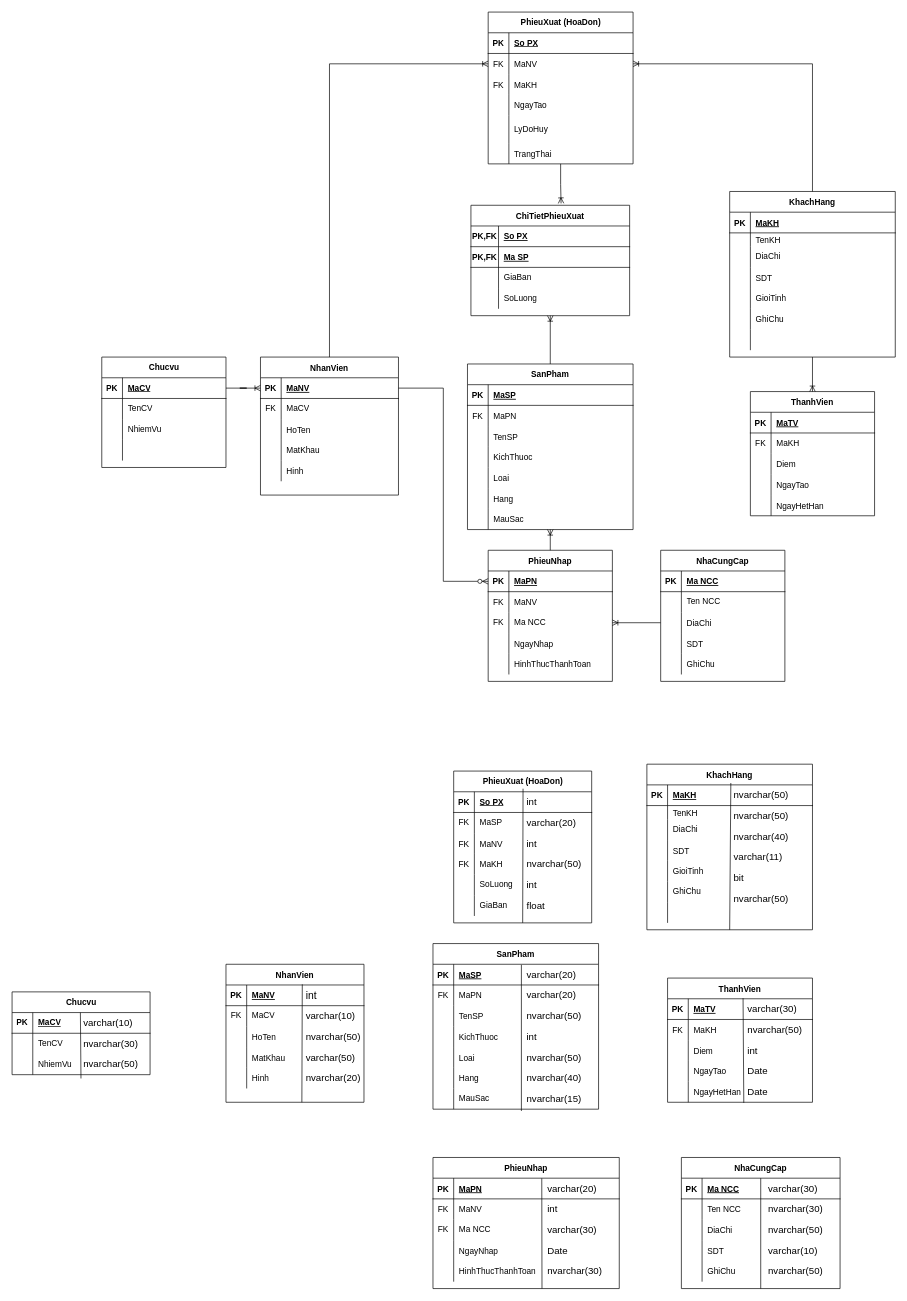
Westeros091/Snethlios keeps this draw.io diagram as ERD.drawio. Above is the earlier version. Source tidied: cells renumbered, new cells numbered last; positions are measured from the earlier drawing's top-left corner, leaving out a move shared by most shapes. Both pictures are drawn from the tidied source at 69%, with x=0, y=0 at pixel (12, 12).
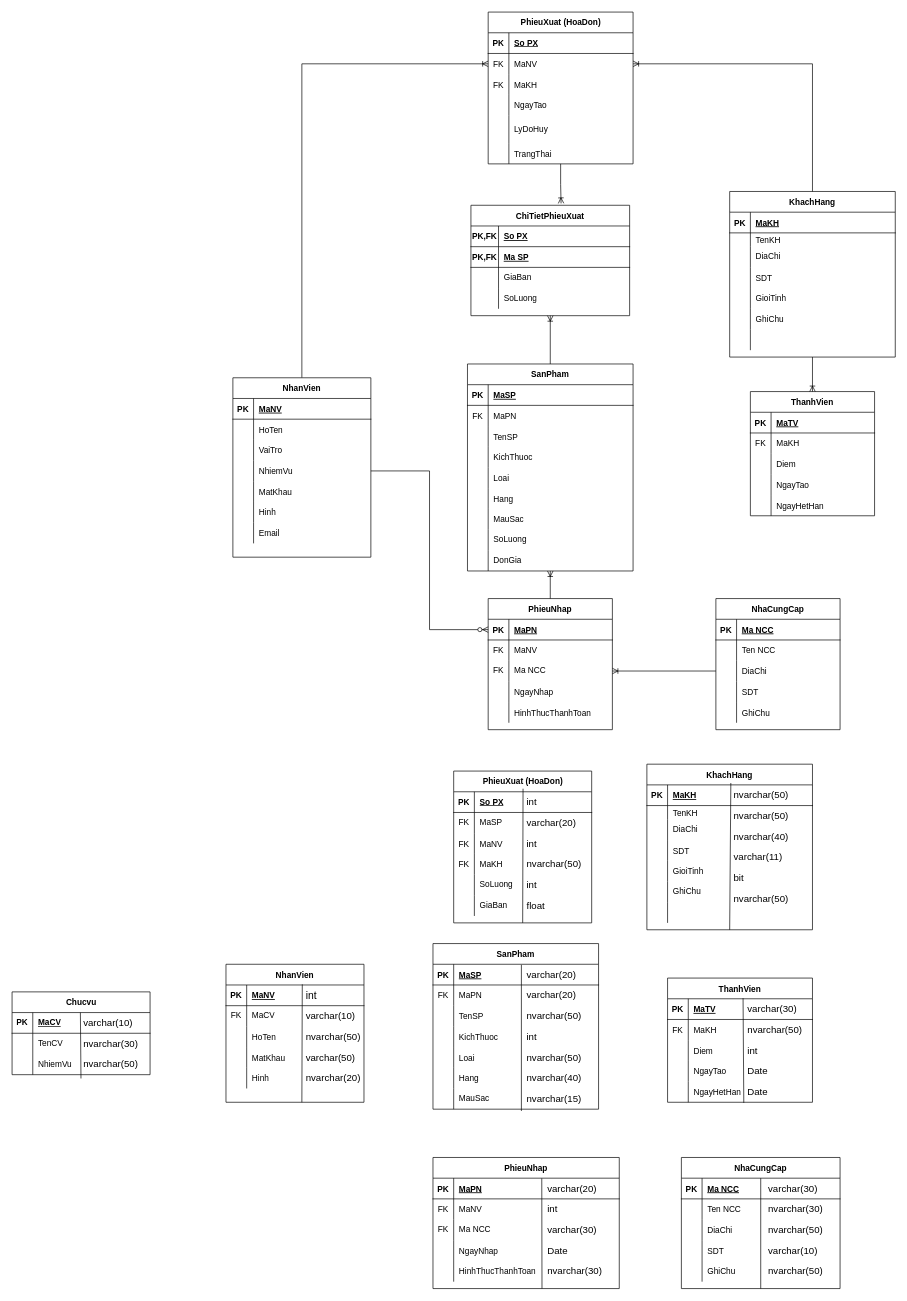
After the change.

Commit message (it also covers changes not shown here):
Hieu update erd

The change refers to these unchanged cells:
```xml
<mxCell id="22" style="shape=tableRow;horizontal=0;startSize=0;swimlaneHead=0;swimlaneBody=0;fillColor=none;points=[[0,0.5],[1,0.5]];portConstraint=eastwest;top=0;left=0;right=0;bottom=0;labelBackgroundColor=none;html=1;" parent="3" vertex="1">
  <mxGeometry y="210" width="240" height="30" as="geometry" />
</mxCell>
<mxCell id="64" style="shape=tableRow;horizontal=0;startSize=0;swimlaneHead=0;swimlaneBody=0;fillColor=none;points=[[0,0.5],[1,0.5]];portConstraint=eastwest;top=0;left=0;right=0;bottom=1;" parent="63" vertex="1">
  <mxGeometry y="30" width="180" height="30" as="geometry" />
</mxCell>
```

Change to the diagram source:
```diff
@@
     <mxCell id="3" value="SanPham" style="shape=table;startSize=30;childLayout=tableLayout;rowLines=0;fontStyle=1;align=center;" parent="1" vertex="1">
-      <mxGeometry x="660" y="510" width="240" height="240" as="geometry" />
+      <mxGeometry x="660" y="510" width="240" height="300" as="geometry" />
     </mxCell>
@@
+    <mxCell id="352" style="shape=tableRow;horizontal=0;startSize=0;swimlaneHead=0;swimlaneBody=0;fillColor=none;top=0;left=0;right=0;bottom=0;labelBackgroundColor=none;html=1;" parent="3" vertex="1">
+      <mxGeometry y="240" width="240" height="30" as="geometry" />
+    </mxCell>
+    <mxCell id="353" style="shape=partialRectangle;fillColor=none;top=0;left=0;bottom=0;right=0;overflow=hidden;labelBackgroundColor=none;html=1;" parent="352" vertex="1">
+      <mxGeometry width="30" height="30" as="geometry" />
+    </mxCell>
+    <mxCell id="354" value="SoLuong" style="shape=partialRectangle;fillColor=none;top=0;left=0;bottom=0;right=0;align=left;spacingLeft=6;overflow=hidden;labelBackgroundColor=none;html=1;" parent="352" vertex="1">
+      <mxGeometry x="30" width="210" height="30" as="geometry" />
+    </mxCell>
+    <mxCell id="355" style="shape=tableRow;horizontal=0;startSize=0;swimlaneHead=0;swimlaneBody=0;fillColor=none;top=0;left=0;right=0;bottom=0;labelBackgroundColor=none;html=1;" parent="3" vertex="1">
+      <mxGeometry y="270" width="240" height="30" as="geometry" />
+    </mxCell>
+    <mxCell id="356" style="shape=partialRectangle;fillColor=none;top=0;left=0;bottom=0;right=0;overflow=hidden;labelBackgroundColor=none;html=1;" parent="355" vertex="1">
+      <mxGeometry width="30" height="30" as="geometry" />
+    </mxCell>
+    <mxCell id="357" value="DonGia" style="shape=partialRectangle;fillColor=none;top=0;left=0;bottom=0;right=0;align=left;spacingLeft=6;overflow=hidden;labelBackgroundColor=none;html=1;" parent="355" vertex="1">
+      <mxGeometry x="30" width="210" height="30" as="geometry" />
+    </mxCell>
@@
-    <mxCell id="47" value="NhanVien" style="shape=table;startSize=30;childLayout=tableLayout;rowLines=0;fontStyle=1;align=center;" parent="1" vertex="1">
-      <mxGeometry x="360" y="500" width="200" height="200" as="geometry" />
-    </mxCell>
-    <mxCell id="48" style="shape=partialRectangle;fillColor=none;points=[[0,0.5],[1,0.5]];portConstraint=eastwest;top=0;left=0;right=0;bottom=1;" parent="47" vertex="1">
-      <mxGeometry y="30" width="200" height="30" as="geometry" />
-    </mxCell>
-    <mxCell id="49" value="PK" style="shape=partialRectangle;overflow=hidden;fillColor=none;top=0;left=0;bottom=0;right=0;fontStyle=1;" parent="48" vertex="1">
-      <mxGeometry width="30" height="30" as="geometry" />
-    </mxCell>
-    <mxCell id="50" value="MaNV" style="shape=partialRectangle;overflow=hidden;fillColor=none;top=0;left=0;bottom=0;right=0;align=left;spacingLeft=6;fontStyle=5;" parent="48" vertex="1">
-      <mxGeometry x="30" width="170" height="30" as="geometry" />
-    </mxCell>
-    <mxCell id="51" style="shape=tableRow;horizontal=0;startSize=0;swimlaneHead=0;swimlaneBody=0;fillColor=none;top=0;left=0;right=0;bottom=0;labelBackgroundColor=none;html=1;" parent="47" vertex="1">
-      <mxGeometry y="60" width="200" height="30" as="geometry" />
-    </mxCell>
-    <mxCell id="52" value="FK" style="shape=partialRectangle;fillColor=none;top=0;left=0;bottom=0;right=0;fontStyle=0;overflow=hidden;labelBackgroundColor=none;html=1;" parent="51" vertex="1">
-      <mxGeometry width="30" height="30" as="geometry" />
-    </mxCell>
-    <mxCell id="53" value="MaCV" style="shape=partialRectangle;fillColor=none;top=0;left=0;bottom=0;right=0;align=left;spacingLeft=6;fontStyle=0;overflow=hidden;labelBackgroundColor=none;html=1;" parent="51" vertex="1">
-      <mxGeometry x="30" width="170" height="30" as="geometry" />
-    </mxCell>
-    <mxCell id="54" style="shape=partialRectangle;fillColor=none;top=0;left=0;right=0;bottom=0;" parent="47" vertex="1">
-      <mxGeometry y="90" width="200" height="30" as="geometry" />
-    </mxCell>
-    <mxCell id="55" style="shape=partialRectangle;overflow=hidden;fillColor=none;top=0;left=0;bottom=0;right=0;" parent="54" vertex="1">
-      <mxGeometry width="30" height="30" as="geometry" />
-    </mxCell>
-    <mxCell id="56" value="HoTen" style="shape=partialRectangle;overflow=hidden;fillColor=none;top=0;left=0;bottom=0;right=0;align=left;spacingLeft=6;" parent="54" vertex="1">
-      <mxGeometry x="30" width="170" height="30" as="geometry" />
-    </mxCell>
-    <mxCell id="57" style="shape=tableRow;horizontal=0;startSize=0;swimlaneHead=0;swimlaneBody=0;fillColor=none;points=[[0,0.5],[1,0.5]];portConstraint=eastwest;top=0;left=0;right=0;bottom=0;" parent="47" vertex="1">
-      <mxGeometry y="120" width="200" height="30" as="geometry" />
-    </mxCell>
-    <mxCell id="58" style="shape=partialRectangle;fillColor=none;top=0;left=0;bottom=0;right=0;overflow=hidden;" parent="57" vertex="1">
-      <mxGeometry width="30" height="30" as="geometry" />
-    </mxCell>
-    <mxCell id="59" value="MatKhau" style="shape=partialRectangle;fillColor=none;top=0;left=0;bottom=0;right=0;align=left;spacingLeft=6;overflow=hidden;" parent="57" vertex="1">
-      <mxGeometry x="30" width="170" height="30" as="geometry" />
-    </mxCell>
-    <mxCell id="60" style="shape=tableRow;horizontal=0;startSize=0;swimlaneHead=0;swimlaneBody=0;fillColor=none;top=0;left=0;right=0;bottom=0;" parent="47" vertex="1">
-      <mxGeometry y="150" width="200" height="30" as="geometry" />
-    </mxCell>
-    <mxCell id="61" style="shape=partialRectangle;fillColor=none;top=0;left=0;bottom=0;right=0;overflow=hidden;" parent="60" vertex="1">
-      <mxGeometry width="30" height="30" as="geometry" />
-    </mxCell>
-    <mxCell id="62" value="Hinh" style="shape=partialRectangle;fillColor=none;top=0;left=0;bottom=0;right=0;align=left;spacingLeft=6;overflow=hidden;" parent="60" vertex="1">
-      <mxGeometry x="30" width="170" height="30" as="geometry" />
-    </mxCell>
     <mxCell id="63" value="PhieuNhap" style="shape=table;startSize=30;childLayout=tableLayout;rowLines=0;fontStyle=1;align=center;" parent="1" vertex="1">
-      <mxGeometry x="690" y="780" width="180" height="190" as="geometry" />
+      <mxGeometry x="690" y="850" width="180" height="190" as="geometry" />
     </mxCell>
@@
     <mxCell id="79" value="NhaCungCap" style="shape=table;startSize=30;childLayout=tableLayout;rowLines=0;fontStyle=1;align=center;" parent="1" vertex="1">
-      <mxGeometry x="940" y="780" width="180" height="190" as="geometry" />
+      <mxGeometry x="1020" y="850" width="180" height="190" as="geometry" />
     </mxCell>
@@
-    <mxCell id="96" value="Chucvu" style="shape=table;startSize=30;childLayout=tableLayout;rowLines=0;fontStyle=1;align=center;labelBackgroundColor=none;html=1;" parent="1" vertex="1">
-      <mxGeometry x="130" y="500" width="180" height="160" as="geometry" />
-    </mxCell>
-    <mxCell id="97" style="shape=tableRow;horizontal=0;startSize=0;swimlaneHead=0;swimlaneBody=0;fillColor=none;points=[[0,0.5],[1,0.5]];portConstraint=eastwest;top=0;left=0;right=0;bottom=1;labelBackgroundColor=none;html=1;" parent="96" vertex="1">
-      <mxGeometry y="30" width="180" height="30" as="geometry" />
-    </mxCell>
-    <mxCell id="98" value="PK" style="shape=partialRectangle;fillColor=none;top=0;left=0;bottom=0;right=0;fontStyle=1;overflow=hidden;labelBackgroundColor=none;html=1;" parent="97" vertex="1">
-      <mxGeometry width="30" height="30" as="geometry" />
-    </mxCell>
-    <mxCell id="99" value="MaCV" style="shape=partialRectangle;fillColor=none;top=0;left=0;bottom=0;right=0;align=left;spacingLeft=6;fontStyle=5;overflow=hidden;labelBackgroundColor=none;html=1;" parent="97" vertex="1">
-      <mxGeometry x="30" width="150" height="30" as="geometry" />
-    </mxCell>
-    <mxCell id="100" style="shape=tableRow;horizontal=0;startSize=0;swimlaneHead=0;swimlaneBody=0;fillColor=none;top=0;left=0;right=0;bottom=0;labelBackgroundColor=none;html=1;" parent="96" vertex="1">
-      <mxGeometry y="60" width="180" height="30" as="geometry" />
-    </mxCell>
-    <mxCell id="101" style="shape=partialRectangle;fillColor=none;top=0;left=0;bottom=0;right=0;overflow=hidden;labelBackgroundColor=none;html=1;" parent="100" vertex="1">
-      <mxGeometry width="30" height="30" as="geometry" />
-    </mxCell>
-    <mxCell id="102" value="TenCV" style="shape=partialRectangle;fillColor=none;top=0;left=0;bottom=0;right=0;align=left;spacingLeft=6;overflow=hidden;labelBackgroundColor=none;html=1;" parent="100" vertex="1">
-      <mxGeometry x="30" width="150" height="30" as="geometry" />
-    </mxCell>
-    <mxCell id="103" style="shape=tableRow;horizontal=0;startSize=0;swimlaneHead=0;swimlaneBody=0;fillColor=none;top=0;left=0;right=0;bottom=0;labelBackgroundColor=none;html=1;" parent="96" vertex="1">
-      <mxGeometry y="90" width="180" height="30" as="geometry" />
-    </mxCell>
-    <mxCell id="104" style="shape=partialRectangle;fillColor=none;top=0;left=0;bottom=0;right=0;overflow=hidden;labelBackgroundColor=none;html=1;" parent="103" vertex="1">
-      <mxGeometry width="30" height="30" as="geometry" />
-    </mxCell>
-    <mxCell id="105" value="NhiemVu" style="shape=partialRectangle;fillColor=none;top=0;left=0;bottom=0;right=0;align=left;spacingLeft=6;overflow=hidden;labelBackgroundColor=none;html=1;" parent="103" vertex="1">
-      <mxGeometry x="30" width="150" height="30" as="geometry" />
-    </mxCell>
-    <mxCell id="106" style="shape=tableRow;horizontal=0;startSize=0;swimlaneHead=0;swimlaneBody=0;fillColor=none;top=0;left=0;right=0;bottom=0;labelBackgroundColor=none;html=1;" parent="96" vertex="1">
-      <mxGeometry y="120" width="180" height="30" as="geometry" />
-    </mxCell>
-    <mxCell id="107" style="shape=partialRectangle;fillColor=none;top=0;left=0;bottom=0;right=0;overflow=hidden;labelBackgroundColor=none;html=1;" parent="106" vertex="1">
-      <mxGeometry width="30" height="30" as="geometry" />
-    </mxCell>
-    <mxCell id="108" style="shape=partialRectangle;fillColor=none;top=0;left=0;bottom=0;right=0;align=left;spacingLeft=6;overflow=hidden;labelBackgroundColor=none;html=1;" parent="106" vertex="1">
-      <mxGeometry x="30" width="150" height="30" as="geometry" />
-    </mxCell>
@@
-    <mxCell id="130" style="edgeStyle=orthogonalEdgeStyle;fontSize=12;html=1;endArrow=ERzeroToMany;endFill=1;rounded=0;exitX=1;exitY=0.5;exitDx=0;exitDy=0;entryX=0;entryY=0.5;entryDx=0;entryDy=0;" parent="1" edge="1" source="48" target="64">
+    <mxCell id="130" style="edgeStyle=orthogonalEdgeStyle;fontSize=12;html=1;endArrow=ERzeroToMany;endFill=1;rounded=0;exitX=1;exitY=0.5;exitDx=0;exitDy=0;entryX=0;entryY=0.5;entryDx=0;entryDy=0;" parent="1" edge="1" source="57" target="64">
       <mxGeometry relative="1" as="geometry" />
     </mxCell>
-    <mxCell id="131" style="edgeStyle=entityRelationEdgeStyle;fontSize=12;html=1;endArrow=ERoneToMany;endFill=0;rounded=0;exitX=1;exitY=0.5;exitDx=0;exitDy=0;entryX=0;entryY=0.5;entryDx=0;entryDy=0;" parent="1" edge="1" source="97" target="48">
-      <mxGeometry relative="1" as="geometry" />
-    </mxCell>
@@
-    <mxCell id="133" style="fontSize=12;html=1;endArrow=ERoneToMany;rounded=0;exitX=0.5;exitY=0;exitDx=0;exitDy=0;" parent="1" edge="1" source="63" target="22">
-      <mxGeometry relative="1" as="geometry" />
+    <mxCell id="133" style="fontSize=12;html=1;endArrow=ERoneToMany;rounded=0;exitX=0.5;exitY=0;exitDx=0;exitDy=0;" parent="1" edge="1" source="63">
+      <mxGeometry relative="1" as="geometry">
+        <mxPoint x="780" y="810" as="targetPoint" />
+      </mxGeometry>
     </mxCell>
@@
+    <mxCell id="47" value="NhanVien" style="shape=table;startSize=30;childLayout=tableLayout;rowLines=0;fontStyle=1;align=center;" parent="1" vertex="1">
+      <mxGeometry x="320" y="530" width="200" height="260" as="geometry" />
+    </mxCell>
+    <mxCell id="48" style="shape=partialRectangle;fillColor=none;points=[[0,0.5],[1,0.5]];portConstraint=eastwest;top=0;left=0;right=0;bottom=1;" parent="47" vertex="1">
+      <mxGeometry y="30" width="200" height="30" as="geometry" />
+    </mxCell>
+    <mxCell id="49" value="PK" style="shape=partialRectangle;overflow=hidden;fillColor=none;top=0;left=0;bottom=0;right=0;fontStyle=1;" parent="48" vertex="1">
+      <mxGeometry width="30" height="30" as="geometry" />
+    </mxCell>
+    <mxCell id="50" value="MaNV" style="shape=partialRectangle;overflow=hidden;fillColor=none;top=0;left=0;bottom=0;right=0;align=left;spacingLeft=6;fontStyle=5;" parent="48" vertex="1">
+      <mxGeometry x="30" width="170" height="30" as="geometry" />
+    </mxCell>
+    <mxCell id="358" style="shape=partialRectangle;fillColor=none;top=0;left=0;right=0;bottom=0;" parent="47" vertex="1">
+      <mxGeometry y="60" width="200" height="30" as="geometry" />
+    </mxCell>
+    <mxCell id="55" style="shape=partialRectangle;overflow=hidden;fillColor=none;top=0;left=0;bottom=0;right=0;" parent="358" vertex="1">
+      <mxGeometry width="30" height="30" as="geometry" />
+    </mxCell>
+    <mxCell id="56" value="HoTen" style="shape=partialRectangle;overflow=hidden;fillColor=none;top=0;left=0;bottom=0;right=0;align=left;spacingLeft=6;" parent="358" vertex="1">
+      <mxGeometry x="30" width="170" height="30" as="geometry" />
+    </mxCell>
+    <mxCell id="359" style="shape=tableRow;horizontal=0;startSize=0;swimlaneHead=0;swimlaneBody=0;fillColor=none;top=0;left=0;right=0;bottom=0;" parent="47" vertex="1">
+      <mxGeometry y="90" width="200" height="30" as="geometry" />
+    </mxCell>
+    <mxCell id="360" style="shape=partialRectangle;fillColor=none;top=0;left=0;bottom=0;right=0;overflow=hidden;" parent="359" vertex="1">
+      <mxGeometry width="30" height="30" as="geometry" />
+    </mxCell>
+    <mxCell id="361" value="VaiTro" style="shape=partialRectangle;fillColor=none;top=0;left=0;bottom=0;right=0;align=left;spacingLeft=6;overflow=hidden;" parent="359" vertex="1">
+      <mxGeometry x="30" width="170" height="30" as="geometry" />
+    </mxCell>
+    <mxCell id="57" style="shape=tableRow;horizontal=0;startSize=0;swimlaneHead=0;swimlaneBody=0;fillColor=none;points=[[0,0.5],[1,0.5]];portConstraint=eastwest;top=0;left=0;right=0;bottom=0;" parent="47" vertex="1">
+      <mxGeometry y="120" width="200" height="30" as="geometry" />
+    </mxCell>
+    <mxCell id="362" style="shape=partialRectangle;fillColor=none;top=0;left=0;bottom=0;right=0;overflow=hidden;" parent="57" vertex="1">
+      <mxGeometry width="30" height="30" as="geometry" />
+    </mxCell>
+    <mxCell id="105" value="NhiemVu" style="shape=partialRectangle;fillColor=none;top=0;left=0;bottom=0;right=0;align=left;spacingLeft=6;overflow=hidden;" parent="57" vertex="1">
+      <mxGeometry x="30" width="170" height="30" as="geometry" />
+    </mxCell>
+    <mxCell id="60" style="shape=tableRow;horizontal=0;startSize=0;swimlaneHead=0;swimlaneBody=0;fillColor=none;top=0;left=0;right=0;bottom=0;" parent="47" vertex="1">
+      <mxGeometry y="150" width="200" height="30" as="geometry" />
+    </mxCell>
+    <mxCell id="363" style="shape=partialRectangle;fillColor=none;top=0;left=0;bottom=0;right=0;overflow=hidden;" parent="60" vertex="1">
+      <mxGeometry width="30" height="30" as="geometry" />
+    </mxCell>
+    <mxCell id="59" value="MatKhau" style="shape=partialRectangle;fillColor=none;top=0;left=0;bottom=0;right=0;align=left;spacingLeft=6;overflow=hidden;" parent="60" vertex="1">
+      <mxGeometry x="30" width="170" height="30" as="geometry" />
+    </mxCell>
+    <mxCell id="364" style="shape=tableRow;horizontal=0;startSize=0;swimlaneHead=0;swimlaneBody=0;fillColor=none;top=0;left=0;right=0;bottom=0;" parent="47" vertex="1">
+      <mxGeometry y="180" width="200" height="30" as="geometry" />
+    </mxCell>
+    <mxCell id="365" style="shape=partialRectangle;fillColor=none;top=0;left=0;bottom=0;right=0;overflow=hidden;" parent="364" vertex="1">
+      <mxGeometry width="30" height="30" as="geometry" />
+    </mxCell>
+    <mxCell id="62" value="Hinh" style="shape=partialRectangle;fillColor=none;top=0;left=0;bottom=0;right=0;align=left;spacingLeft=6;overflow=hidden;" parent="364" vertex="1">
+      <mxGeometry x="30" width="170" height="30" as="geometry" />
+    </mxCell>
+    <mxCell id="366" style="shape=tableRow;horizontal=0;startSize=0;swimlaneHead=0;swimlaneBody=0;fillColor=none;top=0;left=0;right=0;bottom=0;" parent="47" vertex="1">
+      <mxGeometry y="210" width="200" height="30" as="geometry" />
+    </mxCell>
+    <mxCell id="367" style="shape=partialRectangle;fillColor=none;top=0;left=0;bottom=0;right=0;overflow=hidden;" parent="366" vertex="1">
+      <mxGeometry width="30" height="30" as="geometry" />
+    </mxCell>
+    <mxCell id="368" value="Email" style="shape=partialRectangle;fillColor=none;top=0;left=0;bottom=0;right=0;align=left;spacingLeft=6;overflow=hidden;" parent="366" vertex="1">
+      <mxGeometry x="30" width="170" height="30" as="geometry" />
+    </mxCell>
```
